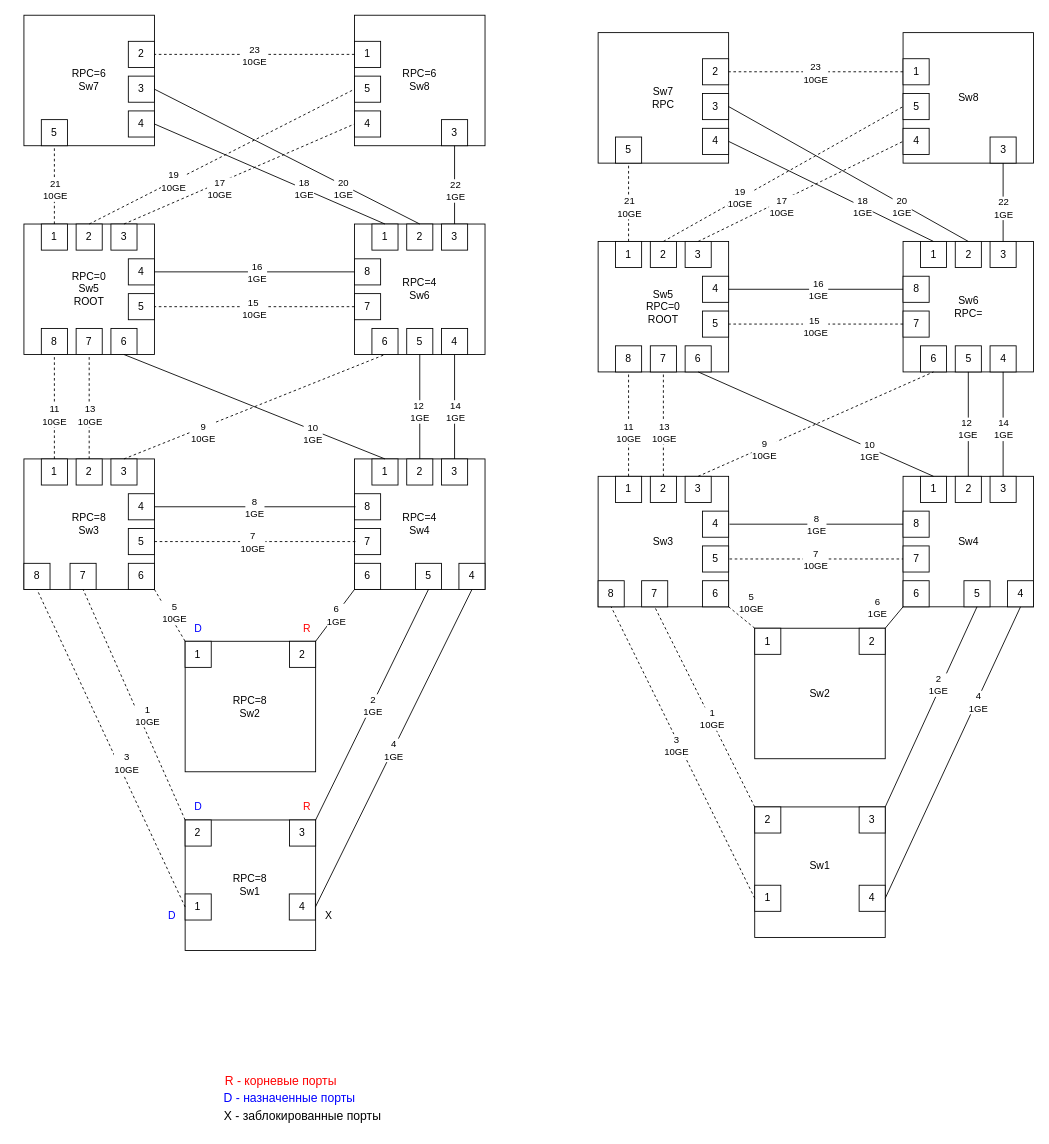
Before: топология.drawio in pascal-enjoyer/masich-stp, a draw.io diagram. Source tidied: cells renumbered, new cells numbered last; positions are measured from the earlier drawing's top-left corner, leaving out a move shared by most shapes. Both pictures are drawn from the tidied source at 87%, with x=0, y=0 at pixel (23, 15).
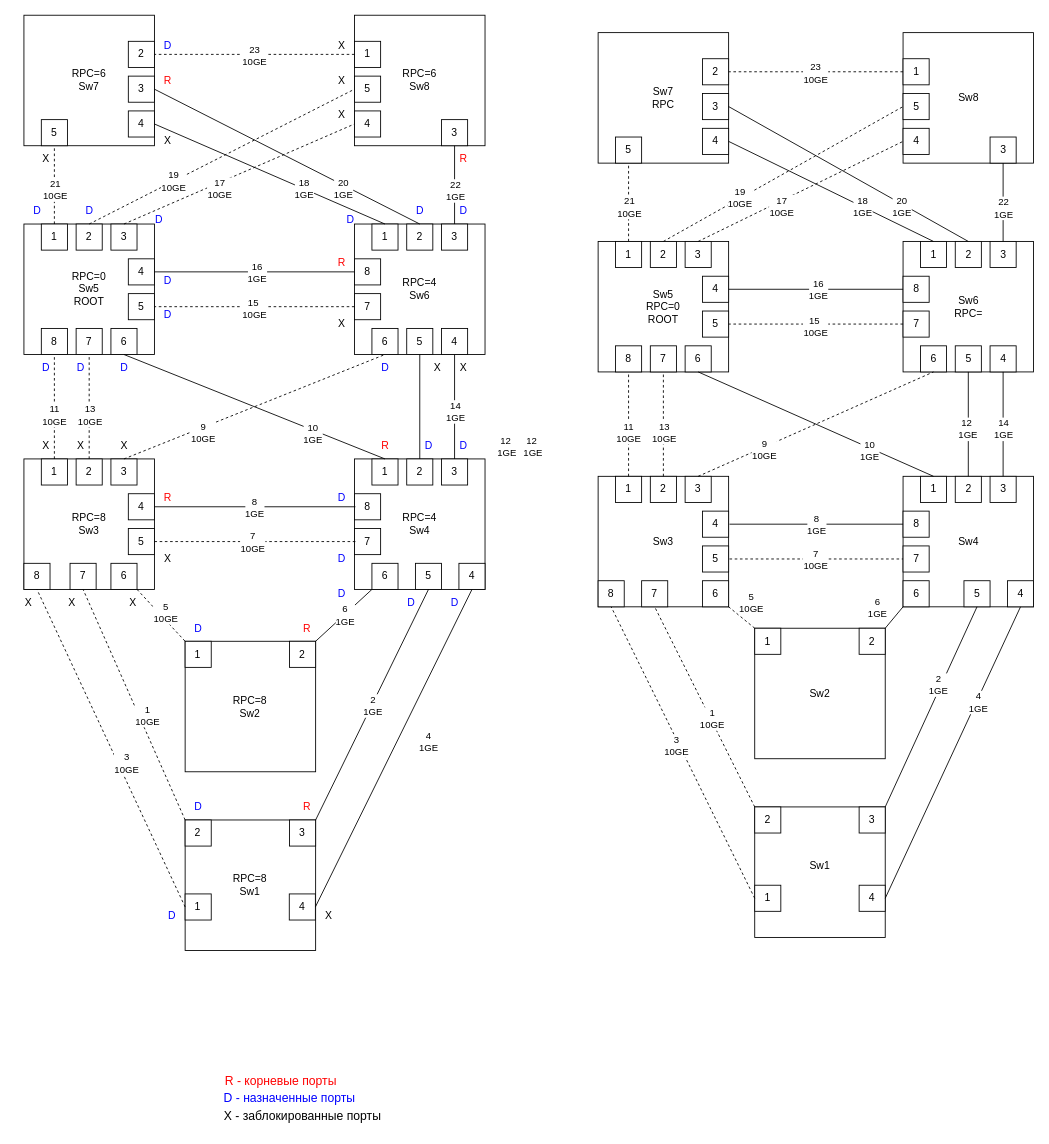
Above is the later version.

The change refers to these unchanged cells:
```xml
<mxCell id="52" style="endArrow=none;html=1;rounded=0;entryX=0.5;entryY=1;entryDx=0;entryDy=0;exitX=0.5;exitY=0;exitDx=0;exitDy=0;" parent="1" edge="1" source="16" target="19">
  <mxGeometry relative="1" as="geometry" />
</mxCell>
<mxCell id="201" style="endArrow=none;html=1;rounded=0;entryX=0.5;entryY=1;entryDx=0;entryDy=0;exitX=1;exitY=0.5;exitDx=0;exitDy=0;" parent="1" edge="1" source="184" target="190">
  <mxGeometry relative="1" as="geometry" />
</mxCell>
```

Diff of the diagram source:
```diff
@@
     <mxCell id="53" value="12&amp;nbsp;&lt;div&gt;1GE&lt;/div&gt;" style="edgeLabel;html=1;align=center;verticalAlign=middle;" parent="52" vertex="1">
-      <mxGeometry x="-0.09" y="1" relative="1" as="geometry" />
+      <mxGeometry x="-0.09" y="1" relative="1" as="geometry">
+        <mxPoint x="100" y="40" as="offset" />
+      </mxGeometry>
     </mxCell>
@@
     <mxCell id="185" value="6" style="whiteSpace=wrap;html=1;" parent="1" vertex="1">
-      <mxGeometry x="120" y="630" width="30" height="30" as="geometry" />
+      <mxGeometry x="100" y="630" width="30" height="30" as="geometry" />
     </mxCell>
@@
     <mxCell id="188" value="6" style="whiteSpace=wrap;html=1;" parent="1" vertex="1">
-      <mxGeometry x="380" y="630" width="30" height="30" as="geometry" />
+      <mxGeometry x="400" y="630" width="30" height="30" as="geometry" />
     </mxCell>
@@
     <mxCell id="202" value="&lt;div&gt;4&lt;/div&gt;&lt;div&gt;1GE&lt;/div&gt;" style="edgeLabel;html=1;align=center;verticalAlign=middle;" parent="201" vertex="1">
       <mxGeometry x="-0.01" y="-1" relative="1" as="geometry">
-        <mxPoint y="-1" as="offset" />
+        <mxPoint x="40" y="-11" as="offset" />
       </mxGeometry>
     </mxCell>
@@
+    <mxCell id="209" value="&lt;font color=&quot;#0000ff&quot;&gt;D&lt;/font&gt;" style="text;html=1;align=center;verticalAlign=middle;strokeColor=none;fillColor=none;" parent="1" vertex="1">
+      <mxGeometry x="10" y="390" width="30" height="30" as="geometry" />
+    </mxCell>
+    <mxCell id="210" value="&lt;font color=&quot;#0000ff&quot;&gt;D&lt;/font&gt;" style="text;html=1;align=center;verticalAlign=middle;strokeColor=none;fillColor=none;" parent="1" vertex="1">
+      <mxGeometry x="50" y="390" width="30" height="30" as="geometry" />
+    </mxCell>
+    <mxCell id="211" value="&lt;font color=&quot;#0000ff&quot;&gt;D&lt;/font&gt;" style="text;html=1;align=center;verticalAlign=middle;strokeColor=none;fillColor=none;" parent="1" vertex="1">
+      <mxGeometry x="100" y="390" width="30" height="30" as="geometry" />
+    </mxCell>
+    <mxCell id="212" value="&lt;font color=&quot;#0000ff&quot;&gt;D&lt;/font&gt;" style="text;html=1;align=center;verticalAlign=middle;strokeColor=none;fillColor=none;" parent="1" vertex="1">
+      <mxGeometry x="150" y="330" width="30" height="30" as="geometry" />
+    </mxCell>
+    <mxCell id="213" value="&lt;font color=&quot;#0000ff&quot;&gt;D&lt;/font&gt;" style="text;html=1;align=center;verticalAlign=middle;strokeColor=none;fillColor=none;" parent="1" vertex="1">
+      <mxGeometry x="150" y="290" width="30" height="30" as="geometry" />
+    </mxCell>
+    <mxCell id="214" value="&lt;font color=&quot;#0000ff&quot;&gt;D&lt;/font&gt;" style="text;html=1;align=center;verticalAlign=middle;strokeColor=none;fillColor=none;" parent="1" vertex="1">
+      <mxGeometry x="140" y="220" width="30" height="30" as="geometry" />
+    </mxCell>
+    <mxCell id="215" value="&lt;font color=&quot;#0000ff&quot;&gt;D&lt;/font&gt;" style="text;html=1;align=center;verticalAlign=middle;strokeColor=none;fillColor=none;" parent="1" vertex="1">
+      <mxGeometry x="60" y="210" width="30" height="30" as="geometry" />
+    </mxCell>
+    <mxCell id="216" value="&lt;font color=&quot;#0000ff&quot;&gt;D&lt;/font&gt;" style="text;html=1;align=center;verticalAlign=middle;strokeColor=none;fillColor=none;" parent="1" vertex="1">
+      <mxGeometry y="210" width="30" height="30" as="geometry" />
+    </mxCell>
+    <mxCell id="217" value="X" style="text;html=1;align=center;verticalAlign=middle;strokeColor=none;fillColor=none;rotation=0;" parent="1" vertex="1">
+      <mxGeometry x="110" y="660" width="30" height="30" as="geometry" />
+    </mxCell>
+    <mxCell id="218" value="X" style="text;html=1;align=center;verticalAlign=middle;strokeColor=none;fillColor=none;rotation=0;" parent="1" vertex="1">
+      <mxGeometry x="40" y="659.5" width="30" height="30" as="geometry" />
+    </mxCell>
+    <mxCell id="219" value="X" style="text;html=1;align=center;verticalAlign=middle;strokeColor=none;fillColor=none;rotation=0;" parent="1" vertex="1">
+      <mxGeometry x="-10" y="660" width="30" height="30" as="geometry" />
+    </mxCell>
+    <mxCell id="220" value="&lt;font color=&quot;#ff0000&quot;&gt;R&lt;/font&gt;" style="text;html=1;align=center;verticalAlign=middle;strokeColor=none;fillColor=none;" parent="1" vertex="1">
+      <mxGeometry x="150" y="540" width="30" height="30" as="geometry" />
+    </mxCell>
+    <mxCell id="221" value="X" style="text;html=1;align=center;verticalAlign=middle;strokeColor=none;fillColor=none;rotation=0;" parent="1" vertex="1">
+      <mxGeometry x="150" y="610" width="30" height="30" as="geometry" />
+    </mxCell>
+    <mxCell id="222" value="X" style="text;html=1;align=center;verticalAlign=middle;strokeColor=none;fillColor=none;rotation=0;" parent="1" vertex="1">
+      <mxGeometry x="100" y="480" width="30" height="30" as="geometry" />
+    </mxCell>
+    <mxCell id="223" value="X" style="text;html=1;align=center;verticalAlign=middle;strokeColor=none;fillColor=none;rotation=0;" parent="1" vertex="1">
+      <mxGeometry x="50" y="480" width="30" height="30" as="geometry" />
+    </mxCell>
+    <mxCell id="224" value="X" style="text;html=1;align=center;verticalAlign=middle;strokeColor=none;fillColor=none;rotation=0;" parent="1" vertex="1">
+      <mxGeometry x="10" y="480" width="30" height="30" as="geometry" />
+    </mxCell>
+    <mxCell id="225" value="&lt;font color=&quot;#0000ff&quot;&gt;D&lt;/font&gt;" style="text;html=1;align=center;verticalAlign=middle;strokeColor=none;fillColor=none;" parent="1" vertex="1">
+      <mxGeometry x="350" y="610" width="30" height="30" as="geometry" />
+    </mxCell>
+    <mxCell id="226" value="&lt;font color=&quot;#0000ff&quot;&gt;D&lt;/font&gt;" style="text;html=1;align=center;verticalAlign=middle;strokeColor=none;fillColor=none;" parent="1" vertex="1">
+      <mxGeometry x="430" y="660" width="30" height="30" as="geometry" />
+    </mxCell>
+    <mxCell id="227" value="&lt;font color=&quot;#0000ff&quot;&gt;D&lt;/font&gt;" style="text;html=1;align=center;verticalAlign=middle;strokeColor=none;fillColor=none;" parent="1" vertex="1">
+      <mxGeometry x="480" y="660" width="30" height="30" as="geometry" />
+    </mxCell>
+    <mxCell id="228" value="&lt;font color=&quot;#0000ff&quot;&gt;D&lt;/font&gt;" style="text;html=1;align=center;verticalAlign=middle;strokeColor=none;fillColor=none;" parent="1" vertex="1">
+      <mxGeometry x="350" y="650" width="30" height="30" as="geometry" />
+    </mxCell>
+    <mxCell id="229" value="&lt;font color=&quot;#0000ff&quot;&gt;D&lt;/font&gt;" style="text;html=1;align=center;verticalAlign=middle;strokeColor=none;fillColor=none;" parent="1" vertex="1">
+      <mxGeometry x="350" y="540" width="30" height="30" as="geometry" />
+    </mxCell>
+    <mxCell id="230" value="&lt;font color=&quot;#ff0000&quot;&gt;R&lt;/font&gt;" style="text;html=1;align=center;verticalAlign=middle;strokeColor=none;fillColor=none;" parent="1" vertex="1">
+      <mxGeometry x="400" y="480" width="30" height="30" as="geometry" />
+    </mxCell>
+    <mxCell id="231" value="&lt;font color=&quot;#0000ff&quot;&gt;D&lt;/font&gt;" style="text;html=1;align=center;verticalAlign=middle;strokeColor=none;fillColor=none;" parent="1" vertex="1">
+      <mxGeometry x="450" y="480" width="30" height="30" as="geometry" />
+    </mxCell>
+    <mxCell id="232" value="&lt;font color=&quot;#0000ff&quot;&gt;D&lt;/font&gt;" style="text;html=1;align=center;verticalAlign=middle;strokeColor=none;fillColor=none;" parent="1" vertex="1">
+      <mxGeometry x="490" y="480" width="30" height="30" as="geometry" />
+    </mxCell>
+    <mxCell id="233" value="&lt;font color=&quot;#0000ff&quot;&gt;D&lt;/font&gt;" style="text;html=1;align=center;verticalAlign=middle;strokeColor=none;fillColor=none;" parent="1" vertex="1">
+      <mxGeometry x="400" y="390" width="30" height="30" as="geometry" />
+    </mxCell>
+    <mxCell id="234" value="&lt;font color=&quot;#0000ff&quot;&gt;D&lt;/font&gt;" style="text;html=1;align=center;verticalAlign=middle;strokeColor=none;fillColor=none;" parent="1" vertex="1">
+      <mxGeometry x="490" y="210" width="30" height="30" as="geometry" />
+    </mxCell>
+    <mxCell id="235" value="&lt;font color=&quot;#0000ff&quot;&gt;D&lt;/font&gt;" style="text;html=1;align=center;verticalAlign=middle;strokeColor=none;fillColor=none;" parent="1" vertex="1">
+      <mxGeometry x="440" y="210" width="30" height="30" as="geometry" />
+    </mxCell>
+    <mxCell id="236" value="&lt;font color=&quot;#0000ff&quot;&gt;D&lt;/font&gt;" style="text;html=1;align=center;verticalAlign=middle;strokeColor=none;fillColor=none;" parent="1" vertex="1">
+      <mxGeometry x="360" y="220" width="30" height="30" as="geometry" />
+    </mxCell>
+    <mxCell id="237" value="&lt;font color=&quot;#ff0000&quot;&gt;R&lt;/font&gt;" style="text;html=1;align=center;verticalAlign=middle;strokeColor=none;fillColor=none;" parent="1" vertex="1">
+      <mxGeometry x="350" y="270" width="30" height="30" as="geometry" />
+    </mxCell>
+    <mxCell id="238" value="X" style="text;html=1;align=center;verticalAlign=middle;strokeColor=none;fillColor=none;rotation=0;" parent="1" vertex="1">
+      <mxGeometry x="350" y="340" width="30" height="30" as="geometry" />
+    </mxCell>
+    <mxCell id="239" value="X" style="text;html=1;align=center;verticalAlign=middle;strokeColor=none;fillColor=none;rotation=0;" parent="1" vertex="1">
+      <mxGeometry x="460" y="390" width="30" height="30" as="geometry" />
+    </mxCell>
+    <mxCell id="240" value="12&amp;nbsp;&lt;div&gt;1GE&lt;/div&gt;" style="edgeLabel;html=1;align=center;verticalAlign=middle;" parent="1" vertex="1">
+      <mxGeometry x="584" y="495" as="geometry" />
+    </mxCell>
+    <mxCell id="241" value="X" style="text;html=1;align=center;verticalAlign=middle;strokeColor=none;fillColor=none;rotation=0;" parent="1" vertex="1">
+      <mxGeometry x="490" y="390" width="30" height="30" as="geometry" />
+    </mxCell>
+    <mxCell id="242" value="&lt;font color=&quot;#ff0000&quot;&gt;R&lt;/font&gt;" style="text;html=1;align=center;verticalAlign=middle;strokeColor=none;fillColor=none;" parent="1" vertex="1">
+      <mxGeometry x="150" y="60" width="30" height="30" as="geometry" />
+    </mxCell>
+    <mxCell id="243" value="&lt;font color=&quot;#0000ff&quot;&gt;D&lt;/font&gt;" style="text;html=1;align=center;verticalAlign=middle;strokeColor=none;fillColor=none;" parent="1" vertex="1">
+      <mxGeometry x="150" y="20" width="30" height="30" as="geometry" />
+    </mxCell>
+    <mxCell id="244" value="X" style="text;html=1;align=center;verticalAlign=middle;strokeColor=none;fillColor=none;rotation=0;" parent="1" vertex="1">
+      <mxGeometry x="10" y="150" width="30" height="30" as="geometry" />
+    </mxCell>
+    <mxCell id="245" value="X" style="text;html=1;align=center;verticalAlign=middle;strokeColor=none;fillColor=none;rotation=0;" parent="1" vertex="1">
+      <mxGeometry x="150" y="130" width="30" height="30" as="geometry" />
+    </mxCell>
+    <mxCell id="246" value="&lt;font color=&quot;#ff0000&quot;&gt;R&lt;/font&gt;" style="text;html=1;align=center;verticalAlign=middle;strokeColor=none;fillColor=none;" parent="1" vertex="1">
+      <mxGeometry x="490" y="150" width="30" height="30" as="geometry" />
+    </mxCell>
+    <mxCell id="247" value="X" style="text;html=1;align=center;verticalAlign=middle;strokeColor=none;fillColor=none;rotation=0;" parent="1" vertex="1">
+      <mxGeometry x="350" y="20" width="30" height="30" as="geometry" />
+    </mxCell>
+    <mxCell id="248" value="X" style="text;html=1;align=center;verticalAlign=middle;strokeColor=none;fillColor=none;rotation=0;" parent="1" vertex="1">
+      <mxGeometry x="350" y="60" width="30" height="30" as="geometry" />
+    </mxCell>
+    <mxCell id="249" value="X" style="text;html=1;align=center;verticalAlign=middle;strokeColor=none;fillColor=none;rotation=0;" parent="1" vertex="1">
+      <mxGeometry x="350" y="100" width="30" height="30" as="geometry" />
+    </mxCell>
```
